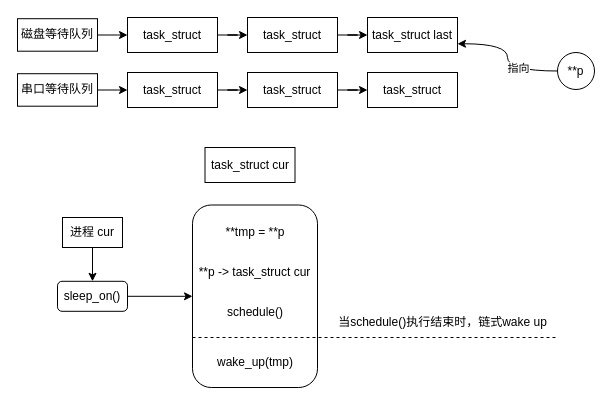
Above: 1.学习笔记/a04.操作系统/Resource/drawio/sched.drawio in mowang111/personal_knowledge_repository (draw.io), before the change. Source tidied: cells renumbered, new cells numbered last; positions are measured from the earlier drawing's top-left corner, leaving out a move shared by most shapes. Both pictures are drawn from the tidied source at 100%, with x=0, y=0 at pixel (17, 17).
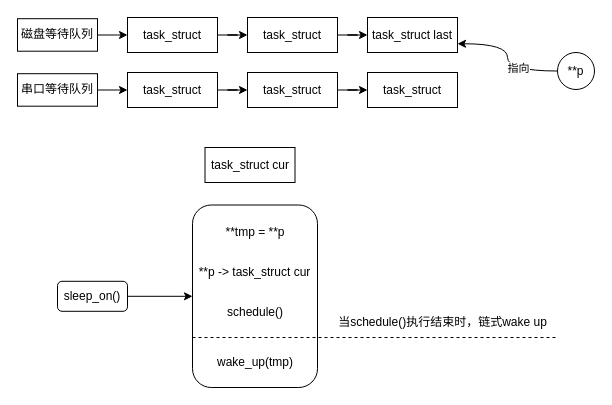
The same diagram, later.

Commit message (it also covers changes not shown here):
vault backup: 2024-05-23 15:07:03

The change refers to these unchanged cells:
```xml
<mxCell id="12" value="sleep_on()" style="rounded=1;whiteSpace=wrap;html=1;" parent="1" vertex="1">
  <mxGeometry x="40" y="263.8" width="70" height="30" as="geometry" />
</mxCell>
```

Change to the diagram source:
```diff
@@
-    <mxCell id="2" style="edgeStyle=orthogonalEdgeStyle;rounded=0;jettySize=auto;html=1;" parent="1" edge="1" source="3" target="12">
-      <mxGeometry relative="1" as="geometry" />
-    </mxCell>
-    <mxCell id="3" value="进程 cur" style="rounded=0;whiteSpace=wrap;html=1;" parent="1" vertex="1">
-      <mxGeometry x="45" y="200" width="60" height="30" as="geometry" />
-    </mxCell>
```
